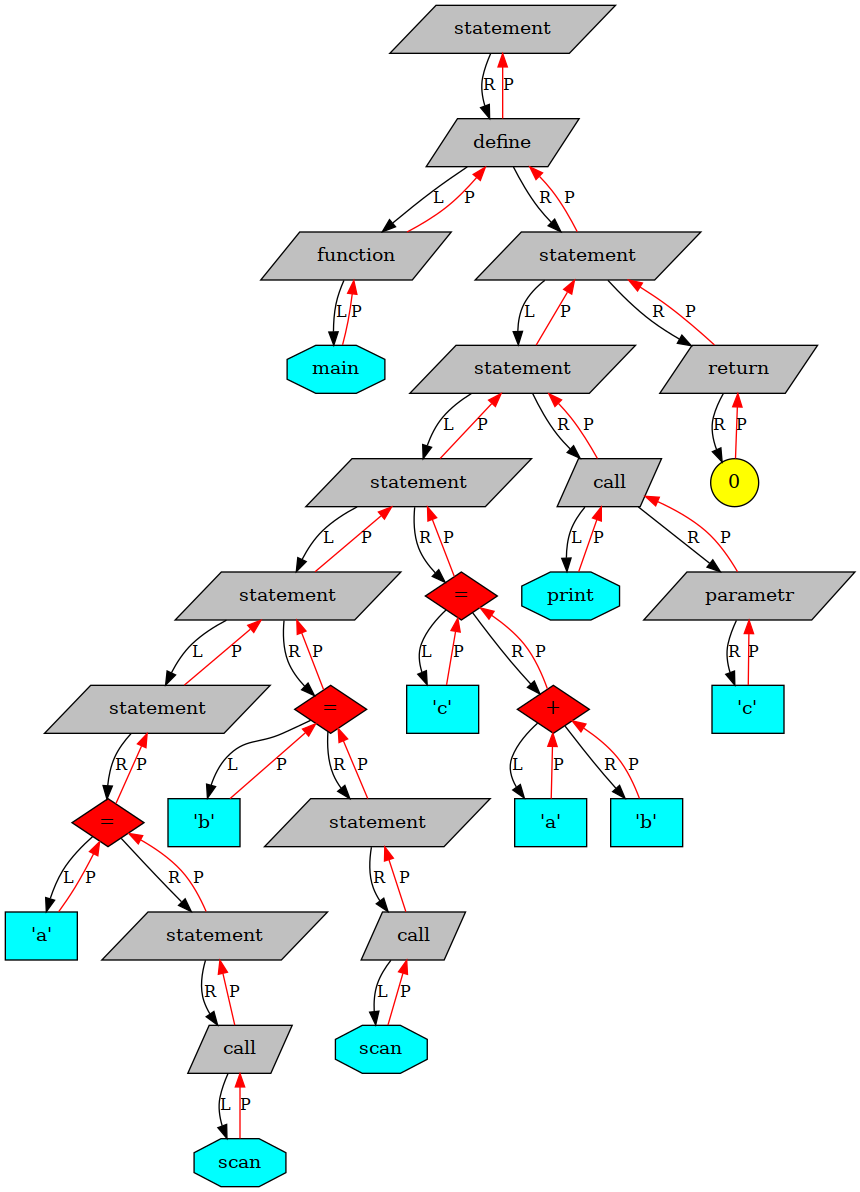
Before: graphviz.png, a diagram exported from Graphviz (vihlancevk/MyProgrammingLanguage). Its source is kept beside it as graphviz.gv.
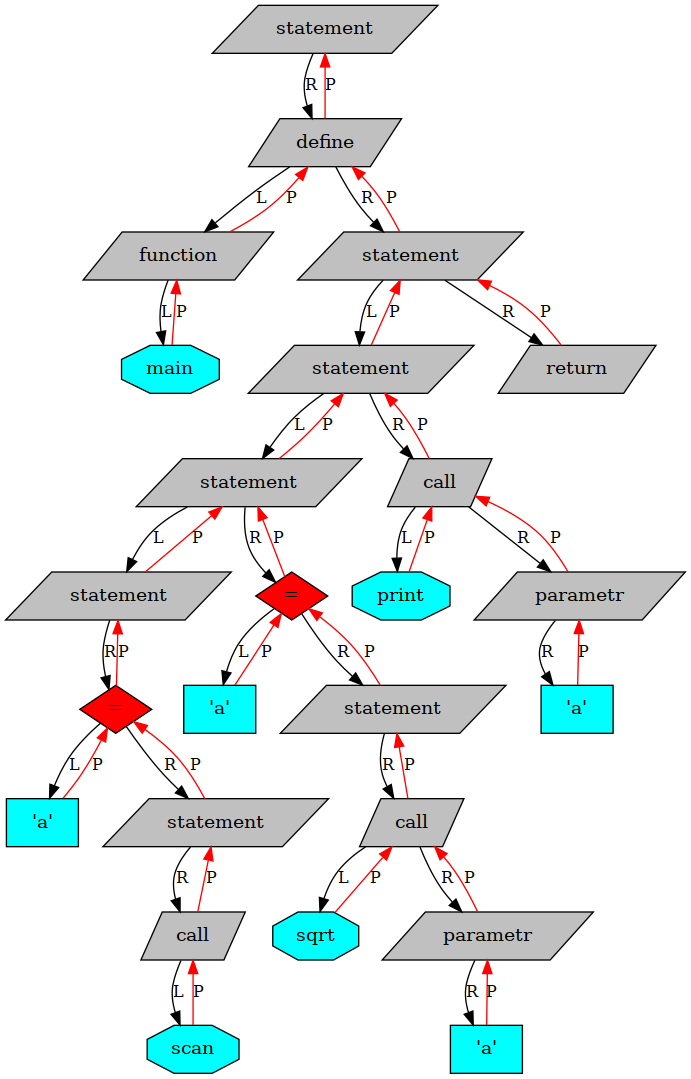
Later version of the same file.

Diff of the diagram source:
```diff
@@ -4,94 +4,79 @@
 
 	node[fontsize=14];
 
-	94499027211712[shape=record, shape=parallelogram, style="filled", fillcolor=grey, label="statement"];
-	94499027211776[shape=record, shape=parallelogram, style="filled", fillcolor=grey, label="define"];
-	94499027211968[shape=record, shape=parallelogram, style="filled", fillcolor=grey, label="function"];
-	94499027212160[shape=record, shape=octagon, style="filled", fillcolor=cyan, label="main"];
-	94499027234912[shape=record, shape=parallelogram, style="filled", fillcolor=grey, label="statement"];
-	94499027233664[shape=record, shape=parallelogram, style="filled", fillcolor=grey, label="statement"];
-	94499027215232[shape=record, shape=parallelogram, style="filled", fillcolor=grey, label="statement"];
-	94499027213792[shape=record, shape=parallelogram, style="filled", fillcolor=grey, label="statement"];
-	94499027212352[shape=record, shape=parallelogram, style="filled", fillcolor=grey, label="statement"];
-	94499027212416[shape=record, shape=diamond, style="filled", fillcolor=red, label="="];
-	94499027212608[shape=record, shape=rectangle, style="filled", fillcolor=cyan, label="'a'"];
-	94499027213088[shape=record, shape=parallelogram, style="filled", fillcolor=grey, label="statement"];
-	94499027213152[shape=record, shape=parallelogram, style="filled", fillcolor=grey, label="call"];
-	94499027213344[shape=record, shape=octagon, style="filled", fillcolor=cyan, label="scan"];
-	94499027213856[shape=record, shape=diamond, style="filled", fillcolor=red, label="="];
-	94499027214048[shape=record, shape=rectangle, style="filled", fillcolor=cyan, label="'b'"];
-	94499027214528[shape=record, shape=parallelogram, style="filled", fillcolor=grey, label="statement"];
-	94499027214592[shape=record, shape=parallelogram, style="filled", fillcolor=grey, label="call"];
-	94499027214784[shape=record, shape=octagon, style="filled", fillcolor=cyan, label="scan"];
-	94499027215296[shape=record, shape=diamond, style="filled", fillcolor=red, label="="];
-	94499027231616[shape=record, shape=rectangle, style="filled", fillcolor=cyan, label="'c'"];
-	94499027233056[shape=record, shape=diamond, style="filled", fillcolor=red, label="+"];
-	94499027232096[shape=record, shape=rectangle, style="filled", fillcolor=cyan, label="'a'"];
-	94499027232576[shape=record, shape=rectangle, style="filled", fillcolor=cyan, label="'b'"];
-	94499027233728[shape=record, shape=parallelogram, style="filled", fillcolor=grey, label="call"];
-	94499027233920[shape=record, shape=octagon, style="filled", fillcolor=cyan, label="print"];
-	94499027234112[shape=record, shape=parallelogram, style="filled", fillcolor=grey, label="parametr"];
-	94499027234176[shape=record, shape=rectangle, style="filled", fillcolor=cyan, label="'c'"];
-	94499027234976[shape=record, shape=parallelogram, style="filled", fillcolor=grey, label="return"];
-	94499027235168[shape=record, shape=circle, style="filled", fillcolor=yellow, label="0"];
+	94392275465584[shape=record, shape=parallelogram, style="filled", fillcolor=grey, label="statement"];
+	94392275465648[shape=record, shape=parallelogram, style="filled", fillcolor=grey, label="define"];
+	94392275466128[shape=record, shape=parallelogram, style="filled", fillcolor=grey, label="function"];
+	94392275466608[shape=record, shape=octagon, style="filled", fillcolor=cyan, label="main"];
+	94392275492304[shape=record, shape=parallelogram, style="filled", fillcolor=grey, label="statement"];
+	94392275489904[shape=record, shape=parallelogram, style="filled", fillcolor=grey, label="statement"];
+	94392275469136[shape=record, shape=parallelogram, style="filled", fillcolor=grey, label="statement"];
+	94392275467088[shape=record, shape=parallelogram, style="filled", fillcolor=grey, label="statement"];
+	94392275467152[shape=record, shape=diamond, style="filled", fillcolor=red, label="="];
+	94392275467632[shape=record, shape=rectangle, style="filled", fillcolor=cyan, label="'a'"];
+	94392275468112[shape=record, shape=parallelogram, style="filled", fillcolor=grey, label="statement"];
+	94392275468176[shape=record, shape=parallelogram, style="filled", fillcolor=grey, label="call"];
+	94392275468656[shape=record, shape=octagon, style="filled", fillcolor=cyan, label="scan"];
+	94392275469200[shape=record, shape=diamond, style="filled", fillcolor=red, label="="];
+	94392275469264[shape=record, shape=rectangle, style="filled", fillcolor=cyan, label="'a'"];
+	94392275469328[shape=record, shape=parallelogram, style="filled", fillcolor=grey, label="statement"];
+	94392275469392[shape=record, shape=parallelogram, style="filled", fillcolor=grey, label="call"];
+	94392275487632[shape=record, shape=octagon, style="filled", fillcolor=cyan, label="sqrt"];
+	94392275488112[shape=record, shape=parallelogram, style="filled", fillcolor=grey, label="parametr"];
+	94392275488176[shape=record, shape=rectangle, style="filled", fillcolor=cyan, label="'a'"];
+	94392275489968[shape=record, shape=parallelogram, style="filled", fillcolor=grey, label="call"];
+	94392275490448[shape=record, shape=octagon, style="filled", fillcolor=cyan, label="print"];
+	94392275490928[shape=record, shape=parallelogram, style="filled", fillcolor=grey, label="parametr"];
+	94392275490992[shape=record, shape=rectangle, style="filled", fillcolor=cyan, label="'a'"];
+	94392275492368[shape=record, shape=parallelogram, style="filled", fillcolor=grey, label="return"];
 
-	94499027211712 -> 94499027211776[label = "R", fontsize=12]
-	94499027211776 -> 94499027211712[label = "P", color=red, fontsize=12]
-	94499027211776 -> 94499027211968[label = "L", fontsize=12]
-	94499027211776 -> 94499027234912[label = "R", fontsize=12]
-	94499027211968 -> 94499027211776[label = "P", color=red, fontsize=12]
-	94499027211968 -> 94499027212160[label = "L", fontsize=12]
-	94499027212160 -> 94499027211968[label = "P", color=red, fontsize=12]
-	94499027234912 -> 94499027211776[label = "P", color=red, fontsize=12]
-	94499027234912 -> 94499027233664[label = "L", fontsize=12]
-	94499027234912 -> 94499027234976[label = "R", fontsize=12]
-	94499027233664 -> 94499027234912[label = "P", color=red, fontsize=12]
-	94499027233664 -> 94499027215232[label = "L", fontsize=12]
-	94499027233664 -> 94499027233728[label = "R", fontsize=12]
-	94499027215232 -> 94499027233664[label = "P", color=red, fontsize=12]
-	94499027215232 -> 94499027213792[label = "L", fontsize=12]
-	94499027215232 -> 94499027215296[label = "R", fontsize=12]
-	94499027213792 -> 94499027215232[label = "P", color=red, fontsize=12]
-	94499027213792 -> 94499027212352[label = "L", fontsize=12]
-	94499027213792 -> 94499027213856[label = "R", fontsize=12]
-	94499027212352 -> 94499027213792[label = "P", color=red, fontsize=12]
-	94499027212352 -> 94499027212416[label = "R", fontsize=12]
-	94499027212416 -> 94499027212352[label = "P", color=red, fontsize=12]
-	94499027212416 -> 94499027212608[label = "L", fontsize=12]
-	94499027212416 -> 94499027213088[label = "R", fontsize=12]
-	94499027212608 -> 94499027212416[label = "P", color=red, fontsize=12]
-	94499027213088 -> 94499027212416[label = "P", color=red, fontsize=12]
-	94499027213088 -> 94499027213152[label = "R", fontsize=12]
-	94499027213152 -> 94499027213088[label = "P", color=red, fontsize=12]
-	94499027213152 -> 94499027213344[label = "L", fontsize=12]
-	94499027213344 -> 94499027213152[label = "P", color=red, fontsize=12]
-	94499027213856 -> 94499027213792[label = "P", color=red, fontsize=12]
-	94499027213856 -> 94499027214048[label = "L", fontsize=12]
-	94499027213856 -> 94499027214528[label = "R", fontsize=12]
-	94499027214048 -> 94499027213856[label = "P", color=red, fontsize=12]
-	94499027214528 -> 94499027213856[label = "P", color=red, fontsize=12]
-	94499027214528 -> 94499027214592[label = "R", fontsize=12]
-	94499027214592 -> 94499027214528[label = "P", color=red, fontsize=12]
-	94499027214592 -> 94499027214784[label = "L", fontsize=12]
-	94499027214784 -> 94499027214592[label = "P", color=red, fontsize=12]
-	94499027215296 -> 94499027215232[label = "P", color=red, fontsize=12]
-	94499027215296 -> 94499027231616[label = "L", fontsize=12]
-	94499027215296 -> 94499027233056[label = "R", fontsize=12]
-	94499027231616 -> 94499027215296[label = "P", color=red, fontsize=12]
-	94499027233056 -> 94499027215296[label = "P", color=red, fontsize=12]
-	94499027233056 -> 94499027232096[label = "L", fontsize=12]
-	94499027233056 -> 94499027232576[label = "R", fontsize=12]
-	94499027232096 -> 94499027233056[label = "P", color=red, fontsize=12]
-	94499027232576 -> 94499027233056[label = "P", color=red, fontsize=12]
-	94499027233728 -> 94499027233664[label = "P", color=red, fontsize=12]
-	94499027233728 -> 94499027233920[label = "L", fontsize=12]
-	94499027233728 -> 94499027234112[label = "R", fontsize=12]
-	94499027233920 -> 94499027233728[label = "P", color=red, fontsize=12]
-	94499027234112 -> 94499027233728[label = "P", color=red, fontsize=12]
-	94499027234112 -> 94499027234176[label = "R", fontsize=12]
-	94499027234176 -> 94499027234112[label = "P", color=red, fontsize=12]
-	94499027234976 -> 94499027234912[label = "P", color=red, fontsize=12]
-	94499027234976 -> 94499027235168[label = "R", fontsize=12]
-	94499027235168 -> 94499027234976[label = "P", color=red, fontsize=12]
+	94392275465584 -> 94392275465648[label = "R", fontsize=12]
+	94392275465648 -> 94392275465584[label = "P", color=red, fontsize=12]
+	94392275465648 -> 94392275466128[label = "L", fontsize=12]
+	94392275465648 -> 94392275492304[label = "R", fontsize=12]
+	94392275466128 -> 94392275465648[label = "P", color=red, fontsize=12]
+	94392275466128 -> 94392275466608[label = "L", fontsize=12]
+	94392275466608 -> 94392275466128[label = "P", color=red, fontsize=12]
+	94392275492304 -> 94392275465648[label = "P", color=red, fontsize=12]
+	94392275492304 -> 94392275489904[label = "L", fontsize=12]
+	94392275492304 -> 94392275492368[label = "R", fontsize=12]
+	94392275489904 -> 94392275492304[label = "P", color=red, fontsize=12]
+	94392275489904 -> 94392275469136[label = "L", fontsize=12]
+	94392275489904 -> 94392275489968[label = "R", fontsize=12]
+	94392275469136 -> 94392275489904[label = "P", color=red, fontsize=12]
+	94392275469136 -> 94392275467088[label = "L", fontsize=12]
+	94392275469136 -> 94392275469200[label = "R", fontsize=12]
+	94392275467088 -> 94392275469136[label = "P", color=red, fontsize=12]
+	94392275467088 -> 94392275467152[label = "R", fontsize=12]
+	94392275467152 -> 94392275467088[label = "P", color=red, fontsize=12]
+	94392275467152 -> 94392275467632[label = "L", fontsize=12]
+	94392275467152 -> 94392275468112[label = "R", fontsize=12]
+	94392275467632 -> 94392275467152[label = "P", color=red, fontsize=12]
+	94392275468112 -> 94392275467152[label = "P", color=red, fontsize=12]
+	94392275468112 -> 94392275468176[label = "R", fontsize=12]
+	94392275468176 -> 94392275468112[label = "P", color=red, fontsize=12]
+	94392275468176 -> 94392275468656[label = "L", fontsize=12]
+	94392275468656 -> 94392275468176[label = "P", color=red, fontsize=12]
+	94392275469200 -> 94392275469136[label = "P", color=red, fontsize=12]
+	94392275469200 -> 94392275469264[label = "L", fontsize=12]
+	94392275469200 -> 94392275469328[label = "R", fontsize=12]
+	94392275469264 -> 94392275469200[label = "P", color=red, fontsize=12]
+	94392275469328 -> 94392275469200[label = "P", color=red, fontsize=12]
+	94392275469328 -> 94392275469392[label = "R", fontsize=12]
+	94392275469392 -> 94392275469328[label = "P", color=red, fontsize=12]
+	94392275469392 -> 94392275487632[label = "L", fontsize=12]
+	94392275469392 -> 94392275488112[label = "R", fontsize=12]
+	94392275487632 -> 94392275469392[label = "P", color=red, fontsize=12]
+	94392275488112 -> 94392275469392[label = "P", color=red, fontsize=12]
+	94392275488112 -> 94392275488176[label = "R", fontsize=12]
+	94392275488176 -> 94392275488112[label = "P", color=red, fontsize=12]
+	94392275489968 -> 94392275489904[label = "P", color=red, fontsize=12]
+	94392275489968 -> 94392275490448[label = "L", fontsize=12]
+	94392275489968 -> 94392275490928[label = "R", fontsize=12]
+	94392275490448 -> 94392275489968[label = "P", color=red, fontsize=12]
+	94392275490928 -> 94392275489968[label = "P", color=red, fontsize=12]
+	94392275490928 -> 94392275490992[label = "R", fontsize=12]
+	94392275490992 -> 94392275490928[label = "P", color=red, fontsize=12]
+	94392275492368 -> 94392275492304[label = "P", color=red, fontsize=12]
 
 }
```
